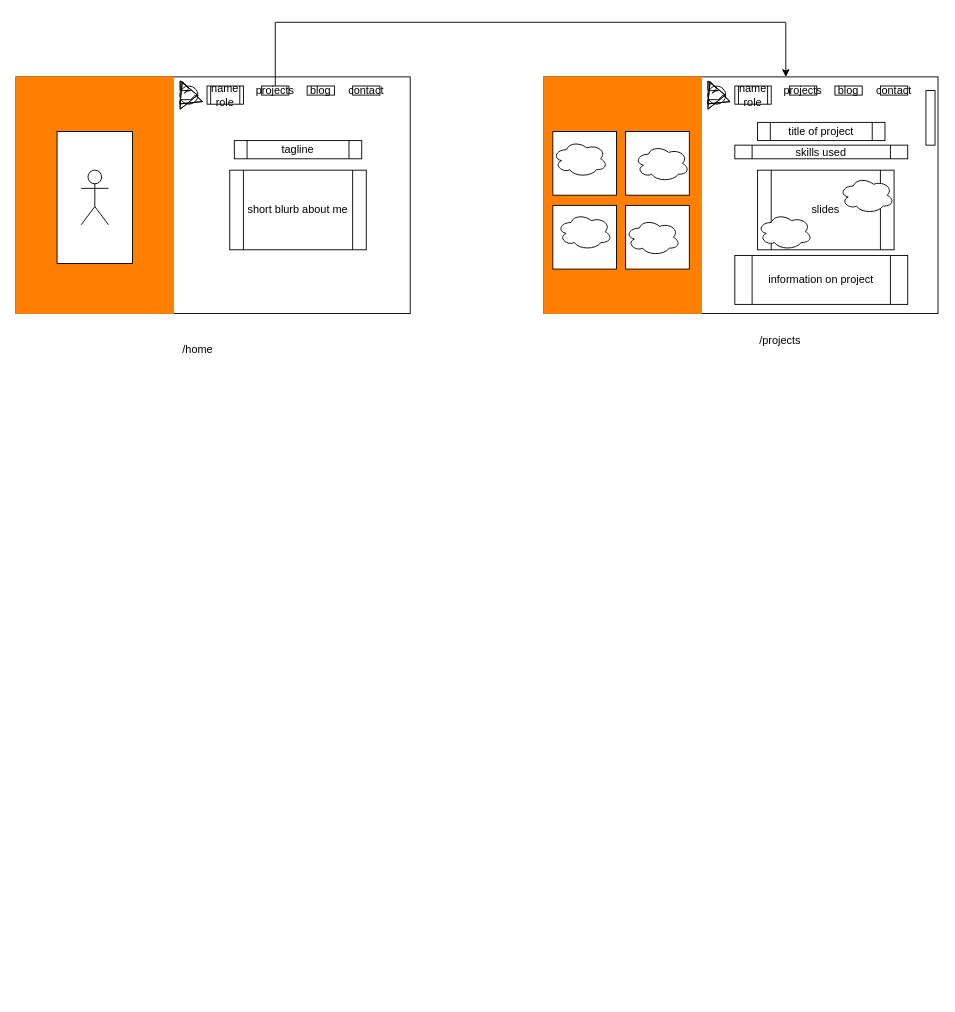
Earlier version of the draw.io diagram Untitled Diagram.drawio (karldlima/Gats). Source tidied: cells renumbered, new cells numbered last; positions are measured from the earlier drawing's top-left corner, leaving out a move shared by most shapes. Both pictures are drawn from the tidied source at 91%, with x=0, y=0 at pixel (15, 22).
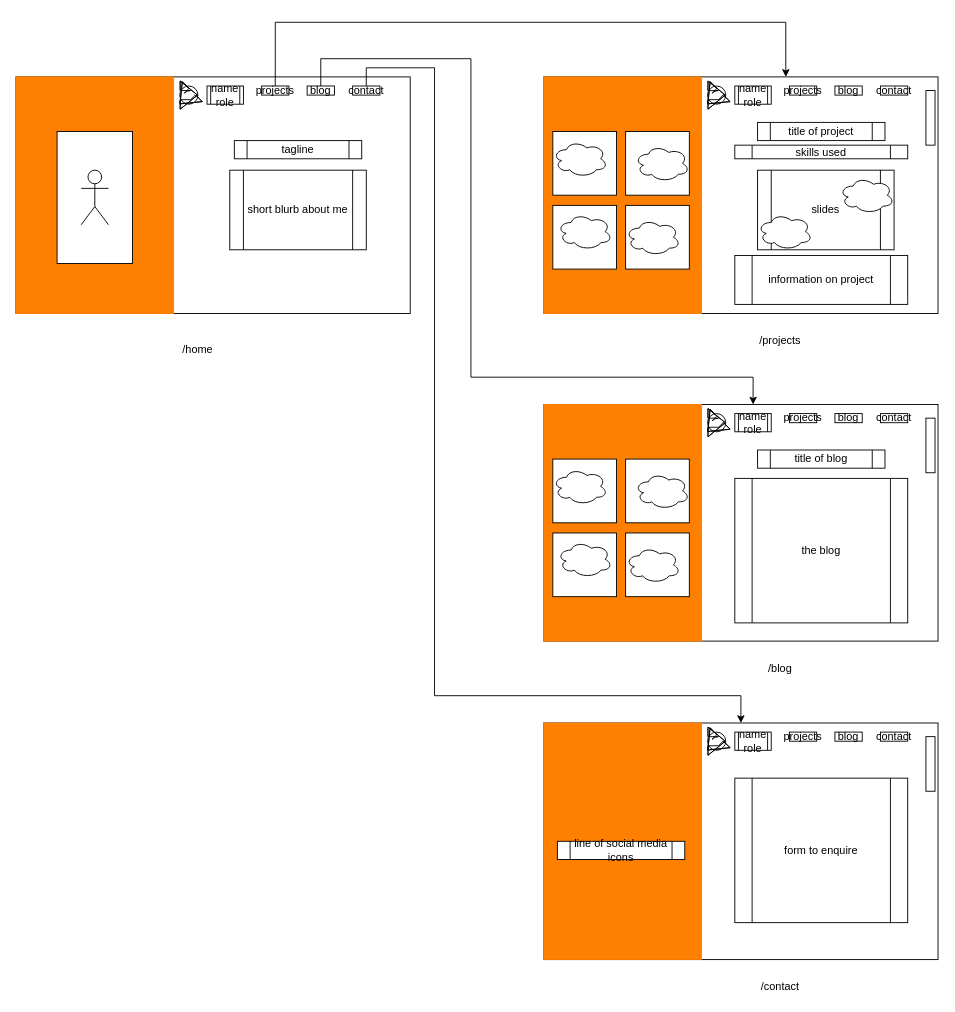
The same page after the edit.

Commit message:
other pages

Unchanged cells that the change refers to:
```xml
<mxCell id="13" value="blog" style="rounded=0;whiteSpace=wrap;html=1;strokeColor=#000000;fillColor=#FFFFFF;" parent="1" vertex="1">
  <mxGeometry x="320" y="70" width="30" height="10" as="geometry" />
</mxCell>
<mxCell id="14" value="contact" style="rounded=0;whiteSpace=wrap;html=1;strokeColor=#000000;fillColor=#FFFFFF;" parent="1" vertex="1">
  <mxGeometry x="370" y="70" width="30" height="10" as="geometry" />
</mxCell>
```

Change to the diagram source:
```diff
@@
+    <mxCell id="40" style="edgeStyle=orthogonalEdgeStyle;rounded=0;jettySize=auto;html=1;exitX=0.5;exitY=0;exitDx=0;exitDy=0;entryX=0.531;entryY=0;entryDx=0;entryDy=0;entryPerimeter=0;" parent="1" edge="1" source="13" target="42">
+      <mxGeometry relative="1" as="geometry">
+        <Array as="points">
+          <mxPoint x="335" y="40" />
+          <mxPoint x="500" y="40" />
+          <mxPoint x="500" y="390" />
+          <mxPoint x="810" y="390" />
+        </Array>
+      </mxGeometry>
+    </mxCell>
@@
+    <mxCell id="41" style="edgeStyle=orthogonalEdgeStyle;rounded=0;jettySize=auto;html=1;entryX=0.5;entryY=0;entryDx=0;entryDy=0;" parent="1" edge="1" source="14" target="62">
+      <mxGeometry relative="1" as="geometry">
+        <Array as="points">
+          <mxPoint x="385" y="50" />
+          <mxPoint x="460" y="50" />
+          <mxPoint x="460" y="740" />
+          <mxPoint x="797" y="740" />
+        </Array>
+      </mxGeometry>
+    </mxCell>
@@
+    <mxCell id="42" style="rounded=0;whiteSpace=wrap;html=1;" parent="1" vertex="1">
+      <mxGeometry x="580" y="420" width="433.3" height="260" as="geometry" />
+    </mxCell>
+    <mxCell id="43" style="rounded=0;whiteSpace=wrap;html=1;strokeColor=#FF8000;fillColor=#FF8000;" parent="1" vertex="1">
+      <mxGeometry x="580" y="420" width="173.3" height="260" as="geometry" />
+    </mxCell>
+    <mxCell id="44" style="ellipse;whiteSpace=wrap;html=1;strokeColor=#000000;fillColor=#FFFFFF;" parent="1" vertex="1">
+      <mxGeometry x="760" y="430" width="20" height="20" as="geometry" />
+    </mxCell>
+    <mxCell id="45" style="shape=flexArrow;endArrow=classic;startArrow=classic;html=1;" parent="1" edge="1">
+      <mxGeometry relative="1" as="geometry">
+        <mxPoint x="760" y="450" as="sourcePoint" />
+        <mxPoint x="780" y="440" as="targetPoint" />
+        <Array as="points">
+          <mxPoint x="770" y="440" />
+        </Array>
+      </mxGeometry>
+    </mxCell>
+    <mxCell id="46" value="name&lt;br&gt;role" style="shape=process;whiteSpace=wrap;html=1;backgroundOutline=1;strokeColor=#000000;fillColor=#FFFFFF;" parent="1" vertex="1">
+      <mxGeometry x="790" y="430" width="40" height="20" as="geometry" />
+    </mxCell>
+    <mxCell id="47" value="title of blog" style="shape=process;whiteSpace=wrap;html=1;backgroundOutline=1;strokeColor=#000000;fillColor=#FFFFFF;" parent="1" vertex="1">
+      <mxGeometry x="815" y="470" width="140" height="20" as="geometry" />
+    </mxCell>
+    <mxCell id="48" value="projects" style="rounded=0;whiteSpace=wrap;html=1;strokeColor=#000000;fillColor=#FFFFFF;" parent="1" vertex="1">
+      <mxGeometry x="850" y="430" width="30" height="10" as="geometry" />
+    </mxCell>
+    <mxCell id="49" value="blog" style="rounded=0;whiteSpace=wrap;html=1;strokeColor=#000000;fillColor=#FFFFFF;" parent="1" vertex="1">
+      <mxGeometry x="900" y="430" width="30" height="10" as="geometry" />
+    </mxCell>
+    <mxCell id="50" value="contact" style="rounded=0;whiteSpace=wrap;html=1;strokeColor=#000000;fillColor=#FFFFFF;" parent="1" vertex="1">
+      <mxGeometry x="950" y="430" width="30" height="10" as="geometry" />
+    </mxCell>
+    <mxCell id="51" style="rounded=0;whiteSpace=wrap;html=1;strokeColor=#000000;fillColor=#FFFFFF;" parent="1" vertex="1">
+      <mxGeometry x="590" y="480" width="70" height="70" as="geometry" />
+    </mxCell>
+    <mxCell id="52" style="rounded=0;whiteSpace=wrap;html=1;strokeColor=#000000;fillColor=#FFFFFF;" parent="1" vertex="1">
+      <mxGeometry x="670" y="480" width="70" height="70" as="geometry" />
+    </mxCell>
+    <mxCell id="53" style="rounded=0;whiteSpace=wrap;html=1;strokeColor=#000000;fillColor=#FFFFFF;" parent="1" vertex="1">
+      <mxGeometry x="590" y="561.2" width="70" height="70" as="geometry" />
+    </mxCell>
+    <mxCell id="54" style="rounded=0;whiteSpace=wrap;html=1;strokeColor=#000000;fillColor=#FFFFFF;" parent="1" vertex="1">
+      <mxGeometry x="670" y="561.2" width="70" height="70" as="geometry" />
+    </mxCell>
+    <mxCell id="55" style="ellipse;shape=cloud;whiteSpace=wrap;html=1;strokeColor=#000000;fillColor=#FFFFFF;" parent="1" vertex="1">
+      <mxGeometry x="590" y="490" width="60" height="40" as="geometry" />
+    </mxCell>
+    <mxCell id="56" style="ellipse;shape=cloud;whiteSpace=wrap;html=1;strokeColor=#000000;fillColor=#FFFFFF;" parent="1" vertex="1">
+      <mxGeometry x="595" y="570" width="60" height="40" as="geometry" />
+    </mxCell>
+    <mxCell id="57" style="ellipse;shape=cloud;whiteSpace=wrap;html=1;strokeColor=#000000;fillColor=#FFFFFF;" parent="1" vertex="1">
+      <mxGeometry x="670" y="576.2" width="60" height="40" as="geometry" />
+    </mxCell>
+    <mxCell id="58" style="ellipse;shape=cloud;whiteSpace=wrap;html=1;strokeColor=#000000;fillColor=#FFFFFF;" parent="1" vertex="1">
+      <mxGeometry x="680" y="495" width="60" height="40" as="geometry" />
+    </mxCell>
+    <mxCell id="59" value="/blog" style="text;html=1;strokeColor=none;fillColor=none;align=center;verticalAlign=middle;whiteSpace=wrap;rounded=0;" parent="1" vertex="1">
+      <mxGeometry x="820" y="700" width="40" height="20" as="geometry" />
+    </mxCell>
+    <mxCell id="60" style="rounded=0;whiteSpace=wrap;html=1;strokeColor=#000000;fillColor=#FFFFFF;" parent="1" vertex="1">
+      <mxGeometry x="1000" y="435" width="10" height="60" as="geometry" />
+    </mxCell>
+    <mxCell id="61" value="the blog" style="shape=process;whiteSpace=wrap;html=1;backgroundOutline=1;strokeColor=#000000;fillColor=#FFFFFF;" parent="1" vertex="1">
+      <mxGeometry x="790" y="501.2" width="190" height="158.8" as="geometry" />
+    </mxCell>
+    <mxCell id="62" style="rounded=0;whiteSpace=wrap;html=1;" parent="1" vertex="1">
+      <mxGeometry x="580" y="770" width="433.3" height="260" as="geometry" />
+    </mxCell>
+    <mxCell id="63" style="rounded=0;whiteSpace=wrap;html=1;strokeColor=#FF8000;fillColor=#FF8000;" parent="1" vertex="1">
+      <mxGeometry x="580" y="770" width="173.3" height="260" as="geometry" />
+    </mxCell>
+    <mxCell id="64" style="ellipse;whiteSpace=wrap;html=1;strokeColor=#000000;fillColor=#FFFFFF;" parent="1" vertex="1">
+      <mxGeometry x="760" y="780" width="20" height="20" as="geometry" />
+    </mxCell>
+    <mxCell id="65" style="shape=flexArrow;endArrow=classic;startArrow=classic;html=1;" parent="1" edge="1">
+      <mxGeometry relative="1" as="geometry">
+        <mxPoint x="760" y="800" as="sourcePoint" />
+        <mxPoint x="780" y="790" as="targetPoint" />
+        <Array as="points">
+          <mxPoint x="770" y="790" />
+        </Array>
+      </mxGeometry>
+    </mxCell>
+    <mxCell id="66" value="name&lt;br&gt;role" style="shape=process;whiteSpace=wrap;html=1;backgroundOutline=1;strokeColor=#000000;fillColor=#FFFFFF;" parent="1" vertex="1">
+      <mxGeometry x="790" y="780" width="40" height="20" as="geometry" />
+    </mxCell>
+    <mxCell id="67" value="line of social media icons" style="shape=process;whiteSpace=wrap;html=1;backgroundOutline=1;strokeColor=#000000;fillColor=#FFFFFF;" parent="1" vertex="1">
+      <mxGeometry x="595" y="900" width="140" height="20" as="geometry" />
+    </mxCell>
+    <mxCell id="68" value="projects" style="rounded=0;whiteSpace=wrap;html=1;strokeColor=#000000;fillColor=#FFFFFF;" parent="1" vertex="1">
+      <mxGeometry x="850" y="780" width="30" height="10" as="geometry" />
+    </mxCell>
+    <mxCell id="69" value="blog" style="rounded=0;whiteSpace=wrap;html=1;strokeColor=#000000;fillColor=#FFFFFF;" parent="1" vertex="1">
+      <mxGeometry x="900" y="780" width="30" height="10" as="geometry" />
+    </mxCell>
+    <mxCell id="70" value="contact" style="rounded=0;whiteSpace=wrap;html=1;strokeColor=#000000;fillColor=#FFFFFF;" parent="1" vertex="1">
+      <mxGeometry x="950" y="780" width="30" height="10" as="geometry" />
+    </mxCell>
+    <mxCell id="71" value="/contact" style="text;html=1;strokeColor=none;fillColor=none;align=center;verticalAlign=middle;whiteSpace=wrap;rounded=0;" parent="1" vertex="1">
+      <mxGeometry x="820" y="1050" width="40" height="20" as="geometry" />
+    </mxCell>
+    <mxCell id="72" style="rounded=0;whiteSpace=wrap;html=1;strokeColor=#000000;fillColor=#FFFFFF;" parent="1" vertex="1">
+      <mxGeometry x="1000" y="785" width="10" height="60" as="geometry" />
+    </mxCell>
+    <mxCell id="73" value="form to enquire" style="shape=process;whiteSpace=wrap;html=1;backgroundOutline=1;strokeColor=#000000;fillColor=#FFFFFF;" parent="1" vertex="1">
+      <mxGeometry x="790" y="830.6" width="190" height="158.8" as="geometry" />
+    </mxCell>
```
